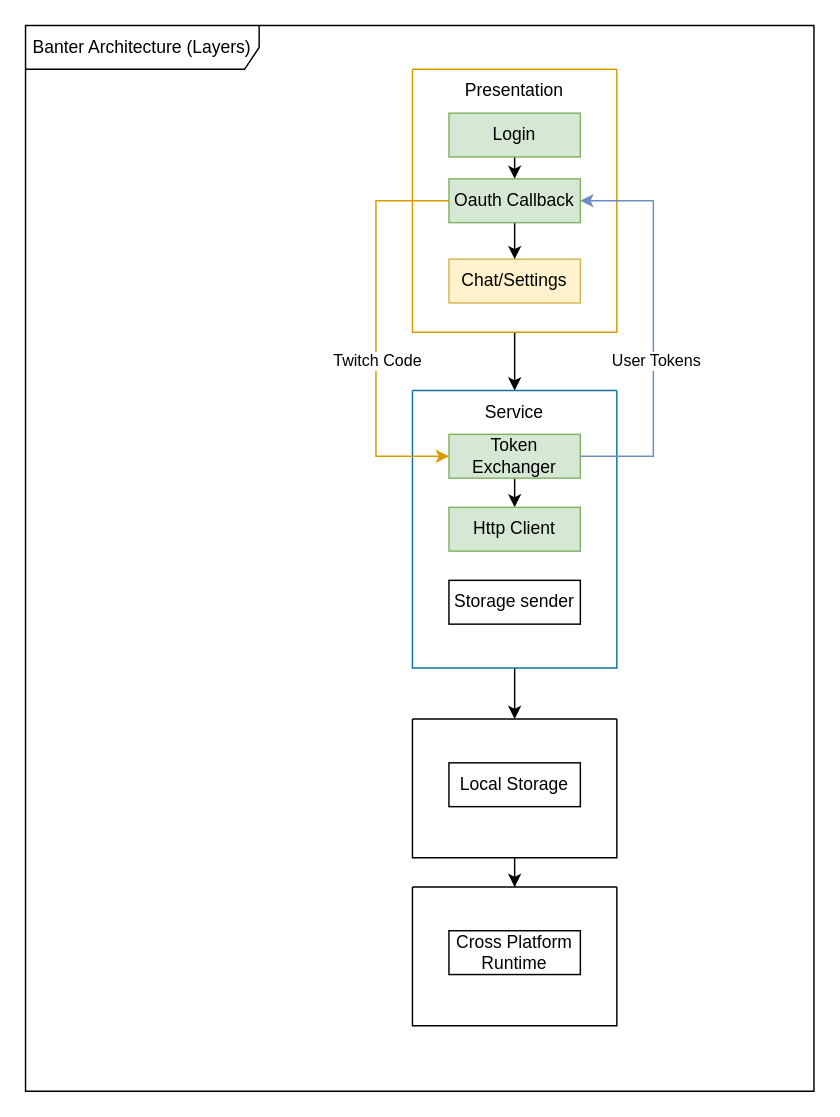
This is Banter-Arch.drawio from bandistack/Banter, a draw.io file, before an edit. Source tidied: cells renumbered, new cells numbered last; positions are measured from the earlier drawing's top-left corner, leaving out a move shared by most shapes. Both pictures are drawn from the tidied source at 146%, with x=0, y=0 at pixel (25, 25).
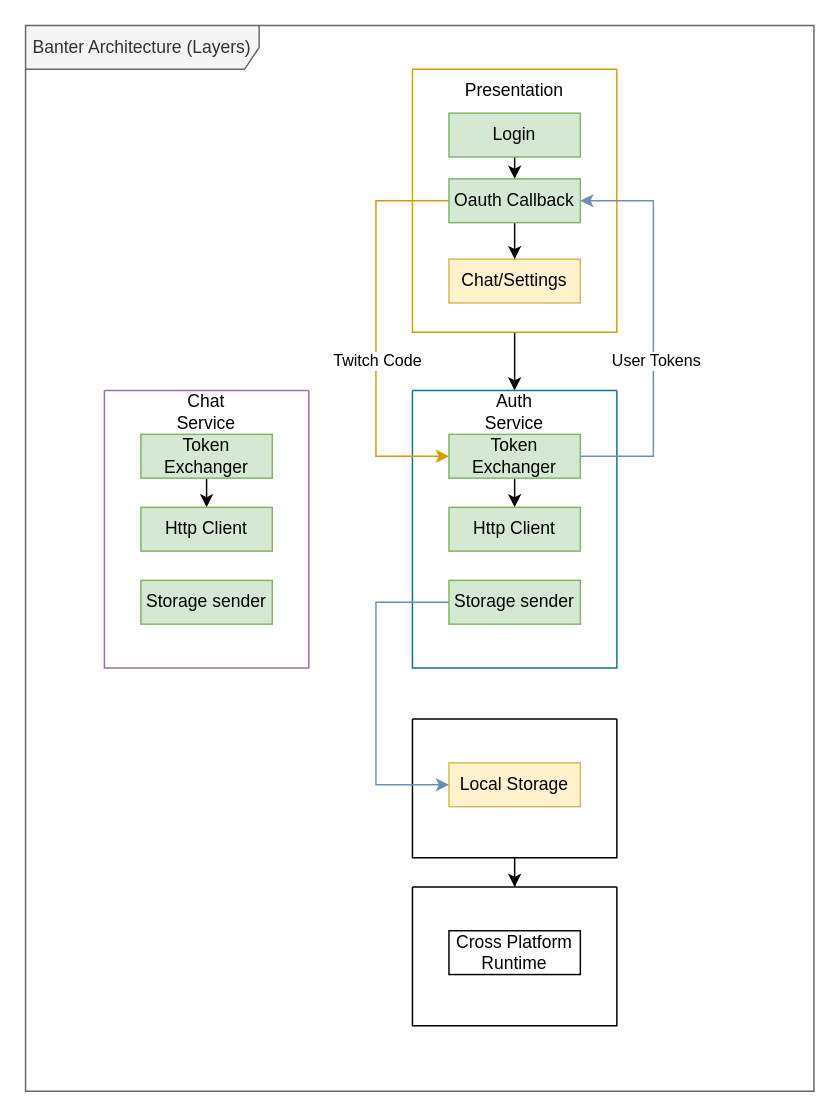
After the change.

Unchanged cells that the change refers to:
```xml
<mxCell id="12" style="swimlane;startSize=0;fillColor=#b1ddf0;strokeColor=#10739e;" parent="2" vertex="1">
  <mxGeometry x="265" y="250" width="140" height="190" as="geometry" />
</mxCell>
<mxCell id="19" style="swimlane;startSize=0;" parent="2" vertex="1">
  <mxGeometry x="265" y="475" width="140" height="95" as="geometry" />
</mxCell>
```

Diff of the diagram source:
```diff
@@
-    <mxCell id="2" value="Banter Architecture (Layers)" style="shape=umlFrame;whiteSpace=wrap;html=1;width=160;" parent="1" vertex="1">
+    <mxCell id="2" value="Banter Architecture (Layers)" style="shape=umlFrame;whiteSpace=wrap;html=1;width=160;fillColor=#f5f5f5;fontColor=#333333;strokeColor=#666666;" parent="1" vertex="1">
       <mxGeometry width="540" height="730" as="geometry" />
     </mxCell>
@@
-    <mxCell id="11" style="edgeStyle=orthogonalEdgeStyle;rounded=0;jettySize=auto;html=1;exitX=0.5;exitY=1;exitDx=0;exitDy=0;" parent="2" edge="1" source="12" target="19">
-      <mxGeometry relative="1" as="geometry" />
-    </mxCell>
@@
-    <mxCell id="16" value="Storage sender" style="rounded=0;whiteSpace=wrap;html=1;" parent="12" vertex="1">
+    <mxCell id="16" value="Storage sender" style="rounded=0;whiteSpace=wrap;html=1;fillColor=#d5e8d4;strokeColor=#82b366;" parent="12" vertex="1">
       <mxGeometry x="25" y="130" width="90" height="30" as="geometry" />
     </mxCell>
-    <mxCell id="17" value="Service" style="text;html=1;whiteSpace=wrap;strokeColor=none;fillColor=none;align=center;verticalAlign=middle;rounded=0;" parent="12" vertex="1">
+    <mxCell id="17" value="Auth Service" style="text;html=1;whiteSpace=wrap;strokeColor=none;fillColor=none;align=center;verticalAlign=middle;rounded=0;" parent="12" vertex="1">
       <mxGeometry x="40" width="60" height="30" as="geometry" />
     </mxCell>
@@
-    <mxCell id="20" value="Local Storage" style="rounded=0;whiteSpace=wrap;html=1;" parent="19" vertex="1">
+    <mxCell id="20" value="Local Storage" style="rounded=0;whiteSpace=wrap;html=1;fillColor=#fff2cc;strokeColor=#d6b656;" parent="19" vertex="1">
       <mxGeometry x="25" y="30" width="90" height="30" as="geometry" />
     </mxCell>
@@
+    <mxCell id="27" style="edgeStyle=orthogonalEdgeStyle;rounded=0;jettySize=auto;html=1;entryX=0;entryY=0.5;entryDx=0;entryDy=0;exitX=0;exitY=0.5;exitDx=0;exitDy=0;fillColor=#dae8fc;strokeColor=#6c8ebf;" parent="2" edge="1" source="16" target="20">
+      <mxGeometry relative="1" as="geometry">
+        <Array as="points">
+          <mxPoint x="240" y="395" />
+          <mxPoint x="240" y="520" />
+        </Array>
+      </mxGeometry>
+    </mxCell>
+    <mxCell id="28" style="swimlane;startSize=0;fillColor=#e1d5e7;strokeColor=#9673a6;" parent="2" vertex="1">
+      <mxGeometry x="54" y="250" width="140" height="190" as="geometry" />
+    </mxCell>
+    <mxCell id="29" style="edgeStyle=orthogonalEdgeStyle;rounded=0;jettySize=auto;html=1;exitX=0.5;exitY=1;exitDx=0;exitDy=0;entryX=0.5;entryY=0;entryDx=0;entryDy=0;" parent="28" edge="1" source="30" target="31">
+      <mxGeometry relative="1" as="geometry" />
+    </mxCell>
+    <mxCell id="30" value="Token Exchanger" style="rounded=0;whiteSpace=wrap;html=1;fillColor=#d5e8d4;strokeColor=#82b366;" parent="28" vertex="1">
+      <mxGeometry x="25" y="30" width="90" height="30" as="geometry" />
+    </mxCell>
+    <mxCell id="31" value="Http Client" style="rounded=0;whiteSpace=wrap;html=1;fillColor=#d5e8d4;strokeColor=#82b366;" parent="28" vertex="1">
+      <mxGeometry x="25" y="80" width="90" height="30" as="geometry" />
+    </mxCell>
+    <mxCell id="32" value="Storage sender" style="rounded=0;whiteSpace=wrap;html=1;fillColor=#d5e8d4;strokeColor=#82b366;" parent="28" vertex="1">
+      <mxGeometry x="25" y="130" width="90" height="30" as="geometry" />
+    </mxCell>
+    <mxCell id="33" value="Chat Service" style="text;html=1;whiteSpace=wrap;strokeColor=none;fillColor=none;align=center;verticalAlign=middle;rounded=0;" parent="28" vertex="1">
+      <mxGeometry x="40" width="60" height="30" as="geometry" />
+    </mxCell>
```
